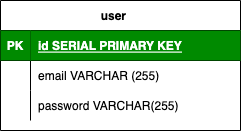
justin-aquino/beer-house keeps this draw.io diagram as ERD.drawio.png. Above is the earlier version. Source tidied: cells renumbered, new cells last; positions are measured from the earlier drawing's top-left corner, leaving out a move shared by most shapes.
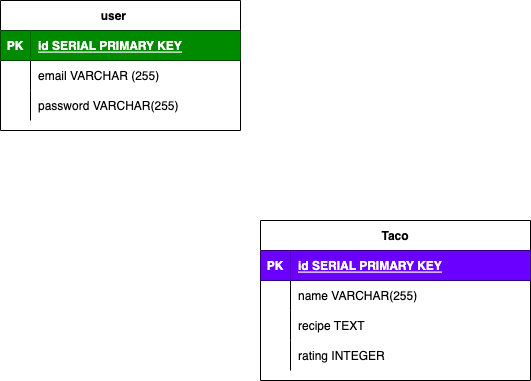
The same diagram one commit later.

Diff of the diagram source:
```diff
@@ -32,5 +32,44 @@
     <mxCell id="11" value="password VARCHAR(255)" style="shape=partialRectangle;fillColor=none;top=0;left=0;bottom=0;right=0;align=left;spacingLeft=6;overflow=hidden;" parent="9" vertex="1">
       <mxGeometry x="30" width="210" height="30" as="geometry" />
     </mxCell>
+    <mxCell id="12" value="Taco" style="shape=table;startSize=30;rowLines=0;fontStyle=1;align=center;" parent="1" vertex="1">
+      <mxGeometry x="260" y="220" width="270" height="160" as="geometry" />
+    </mxCell>
+    <mxCell id="13" style="shape=tableRow;horizontal=0;startSize=0;swimlaneHead=0;swimlaneBody=0;fillColor=none;top=0;left=0;right=0;bottom=1;" parent="12" vertex="1">
+      <mxGeometry y="30" width="270" height="30" as="geometry" />
+    </mxCell>
+    <mxCell id="14" value="PK" style="shape=partialRectangle;fillColor=#6a00ff;top=0;left=0;bottom=0;right=0;fontStyle=1;overflow=hidden;fontColor=#ffffff;strokeColor=#3700CC;" parent="13" vertex="1">
+      <mxGeometry width="30" height="30" as="geometry" />
+    </mxCell>
+    <mxCell id="15" value="id SERIAL PRIMARY KEY" style="shape=partialRectangle;fillColor=#6a00ff;top=0;left=0;bottom=0;right=0;align=left;spacingLeft=6;fontStyle=5;overflow=hidden;fontColor=#ffffff;strokeColor=#3700CC;" parent="13" vertex="1">
+      <mxGeometry x="30" width="240" height="30" as="geometry" />
+    </mxCell>
+    <mxCell id="16" style="shape=tableRow;horizontal=0;startSize=0;swimlaneHead=0;swimlaneBody=0;fillColor=none;top=0;left=0;right=0;bottom=0;" parent="12" vertex="1">
+      <mxGeometry y="60" width="270" height="30" as="geometry" />
+    </mxCell>
+    <mxCell id="17" style="shape=partialRectangle;fillColor=none;top=0;left=0;bottom=0;right=0;overflow=hidden;" parent="16" vertex="1">
+      <mxGeometry width="30" height="30" as="geometry" />
+    </mxCell>
+    <mxCell id="18" value="name VARCHAR(255)    " style="shape=partialRectangle;fillColor=none;top=0;left=0;bottom=0;right=0;align=left;spacingLeft=6;overflow=hidden;" parent="16" vertex="1">
+      <mxGeometry x="30" width="240" height="30" as="geometry" />
+    </mxCell>
+    <mxCell id="19" style="shape=tableRow;horizontal=0;startSize=0;swimlaneHead=0;swimlaneBody=0;fillColor=none;top=0;left=0;right=0;bottom=0;" parent="12" vertex="1">
+      <mxGeometry y="90" width="270" height="30" as="geometry" />
+    </mxCell>
+    <mxCell id="20" style="shape=partialRectangle;fillColor=none;top=0;left=0;bottom=0;right=0;overflow=hidden;" parent="19" vertex="1">
+      <mxGeometry width="30" height="30" as="geometry" />
+    </mxCell>
+    <mxCell id="21" value="recipe TEXT" style="shape=partialRectangle;fillColor=none;top=0;left=0;bottom=0;right=0;align=left;spacingLeft=6;overflow=hidden;" parent="19" vertex="1">
+      <mxGeometry x="30" width="240" height="30" as="geometry" />
+    </mxCell>
+    <mxCell id="22" style="shape=tableRow;horizontal=0;startSize=0;swimlaneHead=0;swimlaneBody=0;fillColor=none;top=0;left=0;right=0;bottom=0;" parent="12" vertex="1">
+      <mxGeometry y="120" width="270" height="30" as="geometry" />
+    </mxCell>
+    <mxCell id="23" style="shape=partialRectangle;fillColor=none;top=0;left=0;bottom=0;right=0;overflow=hidden;" parent="22" vertex="1">
+      <mxGeometry width="30" height="30" as="geometry" />
+    </mxCell>
+    <mxCell id="24" value="rating INTEGER" style="shape=partialRectangle;fillColor=none;top=0;left=0;bottom=0;right=0;align=left;spacingLeft=6;overflow=hidden;" parent="22" vertex="1">
+      <mxGeometry x="30" width="240" height="30" as="geometry" />
+    </mxCell>
   </root>
 </mxGraphModel>
```
